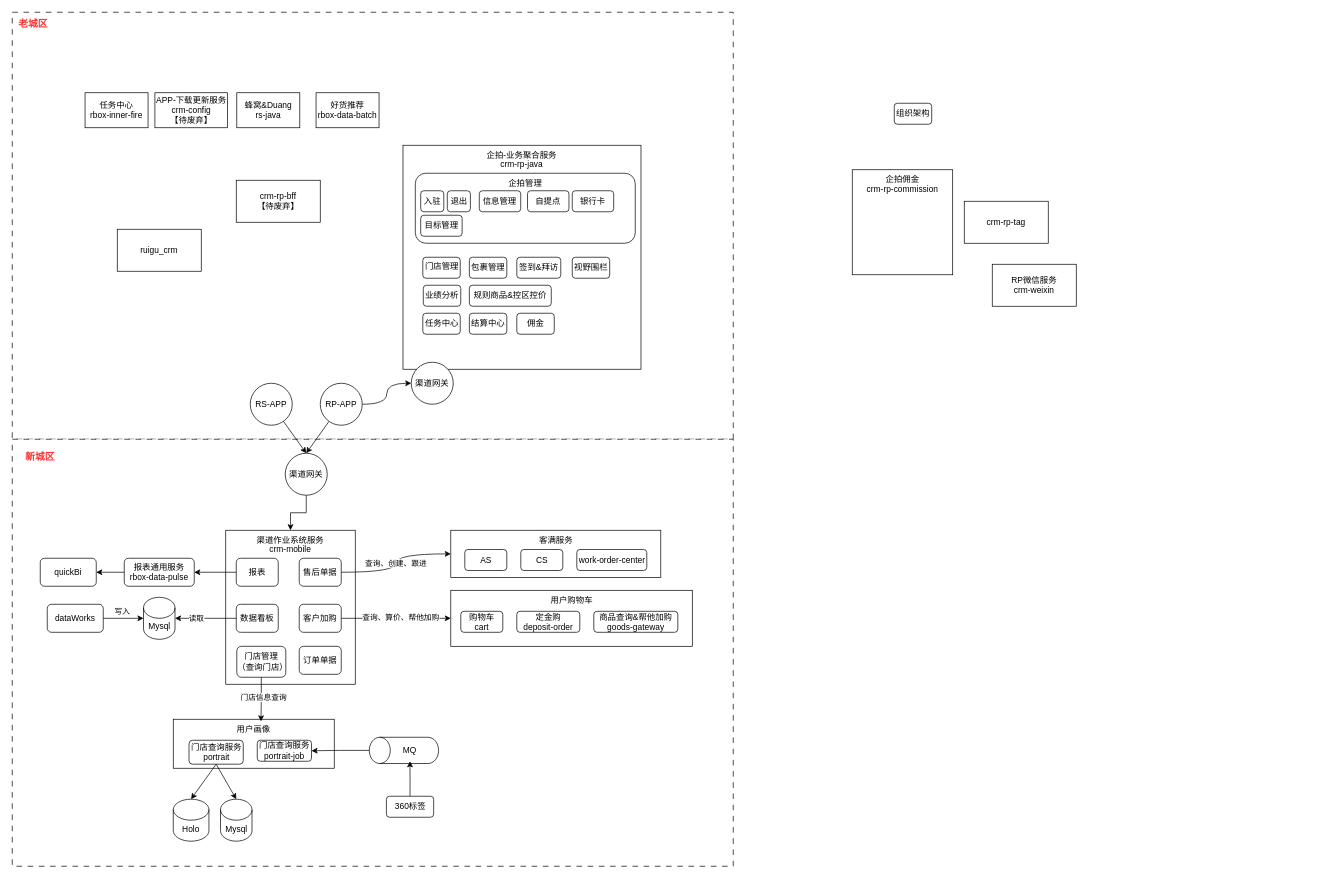
Earlier version of the draw.io diagram RS&RP服务关系图.drawio (shixiaoding/draw). Source tidied: cells renumbered, new cells numbered last; positions are measured from the earlier drawing's top-left corner, leaving out a move shared by most shapes. Both pictures are drawn from the tidied source at 70%, with x=0, y=0 at pixel (12, 12).
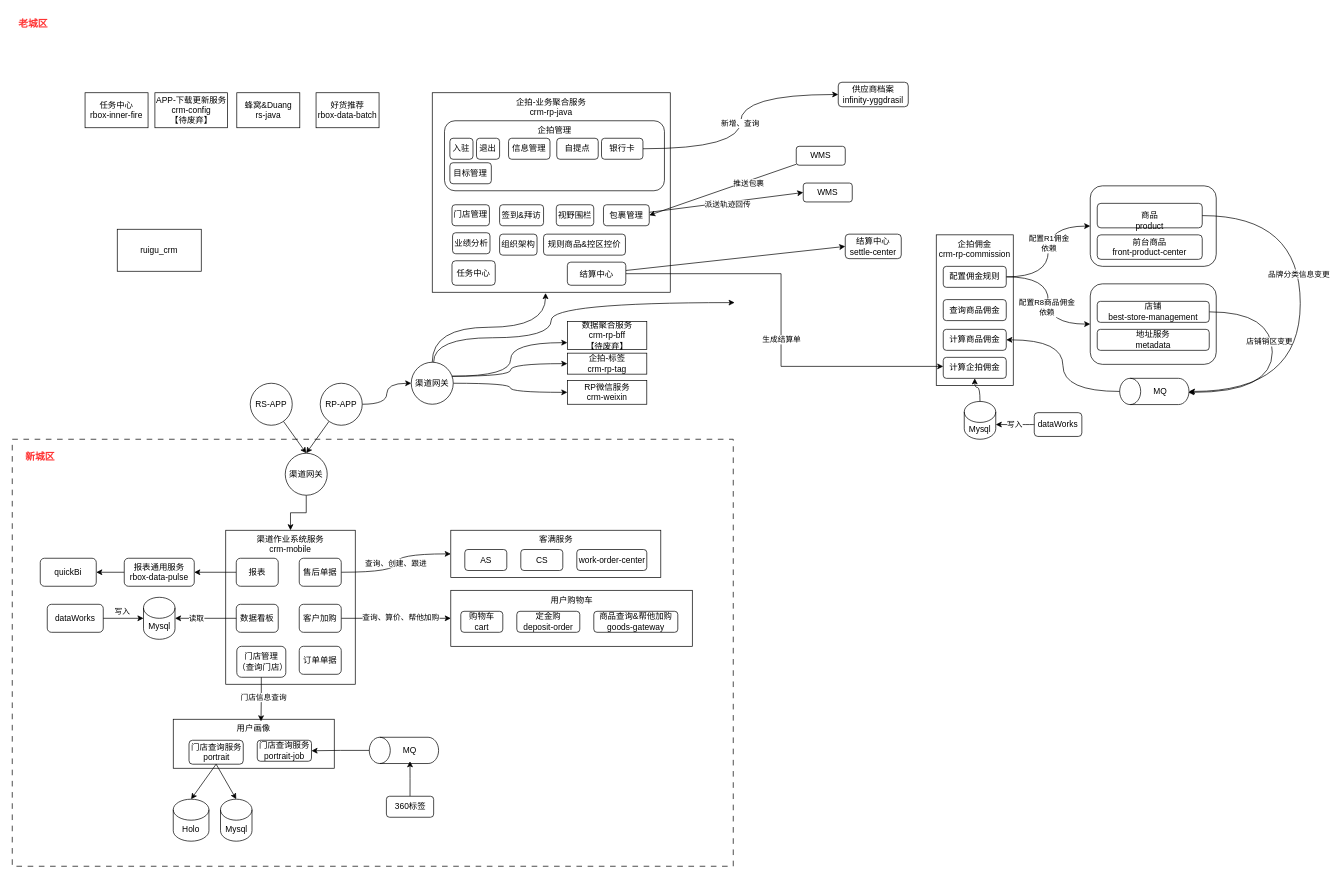
The same page after the edit.

Commit message (it also covers changes not shown here):
更新RS&RP服务关系图.drawio

What changed in the source:
```diff
@@
-    <mxCell id="2" style="rounded=0;whiteSpace=wrap;html=1;dashed=1;dashPattern=8 8;shadow=0;glass=0;" parent="1" vertex="1">
-      <mxGeometry width="1030" height="610" as="geometry" />
-    </mxCell>
+    <mxCell id="84" style="rounded=1;whiteSpace=wrap;html=1;" parent="1" vertex="1">
+      <mxGeometry x="1540" y="388" width="180" height="115" as="geometry" />
+    </mxCell>
+    <mxCell id="85" style="rounded=1;whiteSpace=wrap;html=1;" parent="1" vertex="1">
+      <mxGeometry x="1540" y="248" width="180" height="115" as="geometry" />
+    </mxCell>
@@
     <mxCell id="57" value="企拍佣金&lt;br&gt;crm-rp-commission" style="rounded=0;whiteSpace=wrap;html=1;verticalAlign=top;" parent="1" vertex="1">
-      <mxGeometry x="1200" y="225" width="143.5" height="150" as="geometry" />
+      <mxGeometry x="1320" y="318" width="110" height="215" as="geometry" />
     </mxCell>
-    <mxCell id="58" value="crm-rp-bff&lt;br&gt;【待废弃】" style="rounded=0;whiteSpace=wrap;html=1;" parent="1" vertex="1">
-      <mxGeometry x="320" y="240" width="120" height="60" as="geometry" />
+    <mxCell id="58" value="数据聚合服务&lt;br&gt;crm-rp-bff&lt;br&gt;【待废弃】" style="rounded=0;whiteSpace=wrap;html=1;" parent="1" vertex="1">
+      <mxGeometry x="793" y="442" width="113.5" height="40" as="geometry" />
     </mxCell>
     <mxCell id="59" value="企拍-业务聚合服务&lt;br&gt;crm-rp-java" style="rounded=0;whiteSpace=wrap;html=1;horizontal=1;verticalAlign=top;" parent="1" vertex="1">
-      <mxGeometry x="558.2" y="190" width="340" height="320" as="geometry" />
+      <mxGeometry x="600" y="115" width="340" height="285" as="geometry" />
     </mxCell>
@@
     <mxCell id="62" value="RP微信服务&lt;br&gt;crm-weixin" style="rounded=0;whiteSpace=wrap;html=1;" parent="1" vertex="1">
-      <mxGeometry x="1400" y="360" width="120" height="60" as="geometry" />
+      <mxGeometry x="793" y="526" width="113.5" height="34" as="geometry" />
     </mxCell>
-    <mxCell id="63" value="crm-rp-tag" style="rounded=0;whiteSpace=wrap;html=1;" parent="1" vertex="1">
-      <mxGeometry x="1360" y="270" width="120" height="60" as="geometry" />
+    <mxCell id="63" value="企拍-标签&lt;br&gt;crm-rp-tag" style="rounded=0;whiteSpace=wrap;html=1;" parent="1" vertex="1">
+      <mxGeometry x="793" y="487" width="113.5" height="30" as="geometry" />
     </mxCell>
+    <mxCell id="86" style="edgeStyle=orthogonalEdgeStyle;curved=1;rounded=0;jettySize=auto;html=1;entryX=0;entryY=0.5;entryDx=0;entryDy=0;" parent="1" edge="1" source="64" target="63">
+      <mxGeometry relative="1" as="geometry">
+        <Array as="points">
+          <mxPoint x="712" y="520" />
+          <mxPoint x="712" y="502" />
+        </Array>
+      </mxGeometry>
+    </mxCell>
+    <mxCell id="87" style="edgeStyle=orthogonalEdgeStyle;curved=1;rounded=0;orthogonalLoop=1;jettySize=auto;html=1;entryX=0;entryY=0.5;entryDx=0;entryDy=0;" parent="1" edge="1">
+      <mxGeometry relative="1" as="geometry">
+        <mxPoint x="602" y="500" as="sourcePoint" />
+        <mxPoint x="1032" y="414.8" as="targetPoint" />
+        <Array as="points">
+          <mxPoint x="602" y="465" />
+          <mxPoint x="770" y="465" />
+          <mxPoint x="770" y="415" />
+        </Array>
+      </mxGeometry>
+    </mxCell>
+    <mxCell id="88" style="edgeStyle=orthogonalEdgeStyle;curved=1;rounded=0;jettySize=auto;html=1;entryX=0;entryY=0.75;entryDx=0;entryDy=0;" parent="1" edge="1" target="58">
+      <mxGeometry relative="1" as="geometry">
+        <mxPoint x="628" y="520" as="sourcePoint" />
+        <Array as="points">
+          <mxPoint x="712" y="520" />
+          <mxPoint x="712" y="472" />
+        </Array>
+      </mxGeometry>
+    </mxCell>
+    <mxCell id="89" style="edgeStyle=orthogonalEdgeStyle;curved=1;rounded=0;jettySize=auto;html=1;entryX=0;entryY=0.5;entryDx=0;entryDy=0;" parent="1" edge="1" source="64" target="62">
+      <mxGeometry relative="1" as="geometry" />
+    </mxCell>
-    <mxCell id="64" value="渠道网关" style="ellipse;whiteSpace=wrap;html=1;" parent="1" vertex="1">
+    <mxCell id="64" value="渠道网关" style="ellipse;whiteSpace=wrap;html=1;direction=south;" parent="1" vertex="1">
       <mxGeometry x="570" y="500" width="60" height="60" as="geometry" />
     </mxCell>
@@
     <mxCell id="67" value="组织架构" style="rounded=1;whiteSpace=wrap;html=1;" parent="1" vertex="1">
-      <mxGeometry x="1260" y="130" width="53.5" height="30" as="geometry" />
+      <mxGeometry x="696.2" y="317" width="53.5" height="30" as="geometry" />
     </mxCell>
-    <mxCell id="68" value="佣金" style="rounded=1;whiteSpace=wrap;html=1;" parent="1" vertex="1">
-      <mxGeometry x="720.8" y="430" width="53.5" height="30" as="geometry" />
-    </mxCell>
     <mxCell id="69" value="企拍管理" style="rounded=1;whiteSpace=wrap;html=1;horizontal=1;verticalAlign=top;" parent="1" vertex="1">
-      <mxGeometry x="575.8" y="230" width="314.2" height="100" as="geometry" />
+      <mxGeometry x="617.5" y="155" width="314.2" height="100" as="geometry" />
     </mxCell>
+    <mxCell id="90" style="rounded=0;jettySize=auto;html=1;entryX=0;entryY=0.5;entryDx=0;entryDy=0;" parent="1" edge="1" source="70" target="127">
+      <mxGeometry relative="1" as="geometry" />
+    </mxCell>
+    <mxCell id="91" value="派送轨迹回传" style="edgeLabel;html=1;align=center;verticalAlign=middle;" parent="90" vertex="1">
+      <mxGeometry x="0.01" y="-3" relative="1" as="geometry" />
+    </mxCell>
     <mxCell id="70" value="包裹管理" style="rounded=1;whiteSpace=wrap;html=1;" parent="1" vertex="1">
-      <mxGeometry x="653" y="350" width="53.5" height="30" as="geometry" />
+      <mxGeometry x="844.6" y="275" width="65.4" height="30" as="geometry" />
     </mxCell>
     <mxCell id="71" value="入驻" style="rounded=1;whiteSpace=wrap;html=1;" parent="1" vertex="1">
-      <mxGeometry x="583.5" y="255" width="33" height="30" as="geometry" />
+      <mxGeometry x="625.2" y="180" width="33" height="30" as="geometry" />
     </mxCell>
     <mxCell id="72" value="信息管理" style="rounded=1;whiteSpace=wrap;html=1;" parent="1" vertex="1">
-      <mxGeometry x="667.2" y="255" width="59.2" height="30" as="geometry" />
+      <mxGeometry x="709" y="180" width="59.2" height="30" as="geometry" />
     </mxCell>
     <mxCell id="73" value="自提点" style="rounded=1;whiteSpace=wrap;html=1;" parent="1" vertex="1">
-      <mxGeometry x="736.1" y="255" width="59.2" height="30" as="geometry" />
+      <mxGeometry x="777.9" y="180" width="59.2" height="30" as="geometry" />
     </mxCell>
+    <mxCell id="92" style="edgeStyle=orthogonalEdgeStyle;curved=1;rounded=0;jettySize=auto;html=1;entryX=0;entryY=0.5;entryDx=0;entryDy=0;" parent="1" edge="1" source="74" target="123">
+      <mxGeometry relative="1" as="geometry" />
+    </mxCell>
+    <mxCell id="93" value="新增、查询" style="edgeLabel;html=1;align=center;verticalAlign=middle;" parent="92" vertex="1">
+      <mxGeometry x="-0.01" y="1" relative="1" as="geometry" />
+    </mxCell>
     <mxCell id="74" value="银行卡" style="rounded=1;whiteSpace=wrap;html=1;" parent="1" vertex="1">
-      <mxGeometry x="800" y="255" width="59.2" height="30" as="geometry" />
+      <mxGeometry x="841.8" y="180" width="59.2" height="30" as="geometry" />
     </mxCell>
     <mxCell id="75" value="视野围栏" style="rounded=1;whiteSpace=wrap;html=1;" parent="1" vertex="1">
-      <mxGeometry x="800" y="350" width="53.5" height="30" as="geometry" />
+      <mxGeometry x="777.2" y="275" width="53.5" height="30" as="geometry" />
     </mxCell>
     <mxCell id="76" value="签到&amp;amp;拜访" style="rounded=1;whiteSpace=wrap;html=1;" parent="1" vertex="1">
-      <mxGeometry x="720.8" y="350" width="62.8" height="30" as="geometry" />
+      <mxGeometry x="696.2" y="275" width="62.8" height="30" as="geometry" />
     </mxCell>
     <mxCell id="77" value="任务中心" style="rounded=1;whiteSpace=wrap;html=1;" parent="1" vertex="1">
-      <mxGeometry x="586.5" y="430" width="53.5" height="30" as="geometry" />
+      <mxGeometry x="628.2" y="355" width="61.8" height="35" as="geometry" />
     </mxCell>
     <mxCell id="78" value="退出" style="rounded=1;whiteSpace=wrap;html=1;" parent="1" vertex="1">
-      <mxGeometry x="621.5" y="255" width="33" height="30" as="geometry" />
+      <mxGeometry x="663.2" y="180" width="33" height="30" as="geometry" />
     </mxCell>
     <mxCell id="79" value="门店管理&lt;br&gt;&lt;div&gt;&lt;br/&gt;&lt;/div&gt;" style="rounded=1;whiteSpace=wrap;html=1;horizontal=1;verticalAlign=top;" parent="1" vertex="1">
-      <mxGeometry x="586.5" y="350" width="53.5" height="30" as="geometry" />
+      <mxGeometry x="628.2" y="275" width="53.5" height="30" as="geometry" />
     </mxCell>
+    <mxCell id="94" style="rounded=0;jettySize=auto;html=1;entryX=0.091;entryY=0.874;entryDx=0;entryDy=0;entryPerimeter=0;edgeStyle=orthogonalEdgeStyle;" parent="1" edge="1" source="80" target="57">
+      <mxGeometry relative="1" as="geometry" />
+    </mxCell>
+    <mxCell id="95" value="生成结算单" style="edgeLabel;html=1;align=center;verticalAlign=middle;" parent="94" vertex="1">
+      <mxGeometry x="0.08" relative="1" as="geometry" />
+    </mxCell>
+    <mxCell id="96" style="rounded=0;jettySize=auto;html=1;entryX=0;entryY=0.5;entryDx=0;entryDy=0;" parent="1" edge="1" source="80" target="122">
+      <mxGeometry relative="1" as="geometry" />
+    </mxCell>
     <mxCell id="80" value="结算中心" style="rounded=1;whiteSpace=wrap;html=1;" parent="1" vertex="1">
-      <mxGeometry x="653" y="430" width="53.5" height="30" as="geometry" />
+      <mxGeometry x="793" y="357" width="83.5" height="33" as="geometry" />
     </mxCell>
     <mxCell id="81" value="业绩分析" style="rounded=1;whiteSpace=wrap;html=1;" parent="1" vertex="1">
-      <mxGeometry x="587.2" y="390" width="53.5" height="30" as="geometry" />
+      <mxGeometry x="629" y="315" width="53.5" height="30" as="geometry" />
     </mxCell>
     <mxCell id="82" value="规则商品&amp;amp;控区控价" style="rounded=1;whiteSpace=wrap;html=1;" parent="1" vertex="1">
-      <mxGeometry x="653" y="390" width="117" height="30" as="geometry" />
+      <mxGeometry x="759" y="317" width="117" height="30" as="geometry" />
     </mxCell>
     <mxCell id="83" value="目标管理" style="rounded=1;whiteSpace=wrap;html=1;" parent="1" vertex="1">
-      <mxGeometry x="583.5" y="290" width="59.2" height="30" as="geometry" />
+      <mxGeometry x="625.2" y="215" width="59.2" height="30" as="geometry" />
     </mxCell>
+    <mxCell id="97" style="edgeStyle=orthogonalEdgeStyle;rounded=0;jettySize=auto;html=1;entryX=0.476;entryY=1.004;entryDx=0;entryDy=0;entryPerimeter=0;curved=1;" parent="1" edge="1" source="64" target="59">
+      <mxGeometry relative="1" as="geometry" />
+    </mxCell>
+    <mxCell id="98" style="edgeStyle=orthogonalEdgeStyle;curved=1;rounded=0;jettySize=auto;html=1;entryX=0;entryY=0.5;entryDx=0;entryDy=0;" parent="1" edge="1" source="102" target="85">
+      <mxGeometry relative="1" as="geometry" />
+    </mxCell>
+    <mxCell id="99" value="配置R1佣金&lt;br&gt;依赖" style="edgeLabel;html=1;align=center;verticalAlign=middle;" parent="98" vertex="1">
+      <mxGeometry x="0.12" relative="1" as="geometry" />
+    </mxCell>
+    <mxCell id="100" style="edgeStyle=orthogonalEdgeStyle;curved=1;rounded=0;jettySize=auto;html=1;entryX=0;entryY=0.5;entryDx=0;entryDy=0;" parent="1" edge="1" source="102" target="84">
+      <mxGeometry relative="1" as="geometry" />
+    </mxCell>
+    <mxCell id="101" value="配置R8商品佣金&lt;br&gt;依赖" style="edgeLabel;html=1;align=center;verticalAlign=middle;" parent="100" vertex="1">
+      <mxGeometry x="0.1" y="-3" relative="1" as="geometry" />
+    </mxCell>
+    <mxCell id="102" value="配置佣金规则" style="rounded=1;whiteSpace=wrap;html=1;" parent="1" vertex="1">
+      <mxGeometry x="1330" y="363" width="90" height="30" as="geometry" />
+    </mxCell>
+    <mxCell id="103" value="计算商品佣金" style="rounded=1;whiteSpace=wrap;html=1;" parent="1" vertex="1">
+      <mxGeometry x="1330" y="453" width="90" height="30" as="geometry" />
+    </mxCell>
+    <mxCell id="104" value="查询商品佣金" style="rounded=1;whiteSpace=wrap;html=1;" parent="1" vertex="1">
+      <mxGeometry x="1330" y="410.5" width="90" height="30" as="geometry" />
+    </mxCell>
+    <mxCell id="105" value="计算企拍佣金" style="rounded=1;whiteSpace=wrap;html=1;" parent="1" vertex="1">
+      <mxGeometry x="1330" y="493" width="90" height="30" as="geometry" />
+    </mxCell>
+    <mxCell id="106" style="edgeStyle=orthogonalEdgeStyle;curved=1;rounded=0;jettySize=auto;html=1;" parent="1" edge="1" source="108">
+      <mxGeometry relative="1" as="geometry">
+        <mxPoint x="1680" y="543" as="targetPoint" />
+        <Array as="points">
+          <mxPoint x="1800" y="428" />
+          <mxPoint x="1800" y="543" />
+        </Array>
+      </mxGeometry>
+    </mxCell>
+    <mxCell id="107" value="店铺销区变更" style="edgeLabel;html=1;align=center;verticalAlign=middle;" parent="106" vertex="1">
+      <mxGeometry x="-0.19" y="-5" relative="1" as="geometry" />
+    </mxCell>
+    <mxCell id="108" value="店铺&lt;br&gt;best-store-management" style="rounded=1;whiteSpace=wrap;html=1;" parent="1" vertex="1">
+      <mxGeometry x="1550" y="413" width="160" height="30" as="geometry" />
+    </mxCell>
+    <mxCell id="109" value="地址服务&lt;br&gt;metadata" style="rounded=1;whiteSpace=wrap;html=1;" parent="1" vertex="1">
+      <mxGeometry x="1550" y="453" width="160" height="30" as="geometry" />
+    </mxCell>
+    <mxCell id="110" value="前台商品&lt;br&gt;front-product-center" style="rounded=1;whiteSpace=wrap;html=1;" parent="1" vertex="1">
+      <mxGeometry x="1550" y="318" width="150" height="35" as="geometry" />
+    </mxCell>
+    <mxCell id="111" value="&lt;div&gt;&lt;br&gt;&lt;/div&gt;商品&lt;br&gt;product&lt;br&gt;" style="rounded=1;whiteSpace=wrap;html=1;" parent="1" vertex="1">
+      <mxGeometry x="1550" y="273" width="150" height="35" as="geometry" />
+    </mxCell>
+    <mxCell id="112" style="group;" parent="1" vertex="1">
+      <mxGeometry x="1582" y="523" width="116.5" height="68.2" as="geometry" />
+    </mxCell>
+    <mxCell id="113" style="shape=cylinder3;whiteSpace=wrap;html=1;boundedLbl=1;backgroundOutline=1;size=15;rotation=-90;" parent="112" vertex="1">
+      <mxGeometry x="30.8" y="-30.8" width="37.5" height="99" as="geometry" />
+    </mxCell>
+    <mxCell id="114" value="MQ" style="text;html=1;align=center;verticalAlign=middle;whiteSpace=wrap;rounded=0;" parent="112" vertex="1">
+      <mxGeometry x="28.2" y="4.2" width="60" height="30" as="geometry" />
+    </mxCell>
+    <mxCell id="115" style="edgeStyle=orthogonalEdgeStyle;curved=1;rounded=0;jettySize=auto;html=1;entryX=1;entryY=0.5;entryDx=0;entryDy=0;" parent="1" edge="1" source="113" target="103">
+      <mxGeometry relative="1" as="geometry" />
+    </mxCell>
+    <mxCell id="116" style="edgeStyle=orthogonalEdgeStyle;curved=1;rounded=0;jettySize=auto;html=1;entryX=0.5;entryY=1;entryDx=0;entryDy=0;entryPerimeter=0;" parent="1" edge="1" source="111" target="113">
+      <mxGeometry relative="1" as="geometry">
+        <Array as="points">
+          <mxPoint x="1840" y="291" />
+          <mxPoint x="1840" y="542" />
+        </Array>
+      </mxGeometry>
+    </mxCell>
+    <mxCell id="117" value="品牌分类信息变更" style="edgeLabel;html=1;align=center;verticalAlign=middle;" parent="116" vertex="1">
+      <mxGeometry x="-0.19" y="-3" relative="1" as="geometry" />
+    </mxCell>
+    <mxCell id="118" value="dataWorks" style="whiteSpace=wrap;html=1;rounded=1;" parent="1" vertex="1">
+      <mxGeometry x="1460" y="572" width="68" height="34" as="geometry" />
+    </mxCell>
+    <mxCell id="119" style="edgeStyle=orthogonalEdgeStyle;curved=1;rounded=0;jettySize=auto;html=1;entryX=0.5;entryY=1;entryDx=0;entryDy=0;" parent="1" edge="1" source="120" target="105">
+      <mxGeometry relative="1" as="geometry" />
+    </mxCell>
+    <mxCell id="120" value="Mysql" style="shape=cylinder3;whiteSpace=wrap;html=1;boundedLbl=1;backgroundOutline=1;size=15;" parent="1" vertex="1">
+      <mxGeometry x="1360" y="556" width="45" height="54" as="geometry" />
+    </mxCell>
+    <mxCell id="121" value="写入" style="edgeStyle=orthogonalEdgeStyle;curved=1;rounded=0;jettySize=auto;html=1;entryX=1;entryY=0;entryDx=0;entryDy=33;entryPerimeter=0;" parent="1" edge="1" source="118" target="120">
+      <mxGeometry relative="1" as="geometry" />
+    </mxCell>
+    <mxCell id="122" value="结算中心&lt;br&gt;&lt;span style=&quot;text-align: left;&quot;&gt;settle-center&lt;/span&gt;" style="rounded=1;whiteSpace=wrap;html=1;" parent="1" vertex="1">
+      <mxGeometry x="1190" y="317" width="80" height="35" as="geometry" />
+    </mxCell>
+    <mxCell id="123" value="供应商档案&lt;br&gt;&lt;div style=&quot;text-align: left;&quot;&gt;&lt;span style=&quot;background-color: initial;&quot;&gt;infinity-yggdrasil&lt;/span&gt;&lt;/div&gt;" style="rounded=1;whiteSpace=wrap;html=1;" parent="1" vertex="1">
+      <mxGeometry x="1180" y="100" width="100" height="35" as="geometry" />
+    </mxCell>
+    <mxCell id="124" style="rounded=0;jettySize=auto;html=1;entryX=1;entryY=0.5;entryDx=0;entryDy=0;" parent="1" edge="1" source="126" target="70">
+      <mxGeometry relative="1" as="geometry" />
+    </mxCell>
+    <mxCell id="125" value="推送包裹" style="edgeLabel;html=1;align=center;verticalAlign=middle;" parent="124" vertex="1">
+      <mxGeometry x="-0.33" y="3" relative="1" as="geometry" />
+    </mxCell>
+    <mxCell id="126" value="WMS" style="rounded=1;whiteSpace=wrap;html=1;" parent="1" vertex="1">
+      <mxGeometry x="1120" y="191.5" width="70" height="27" as="geometry" />
+    </mxCell>
+    <mxCell id="127" value="WMS" style="rounded=1;whiteSpace=wrap;html=1;" parent="1" vertex="1">
+      <mxGeometry x="1130" y="244" width="70" height="27" as="geometry" />
+    </mxCell>
```
